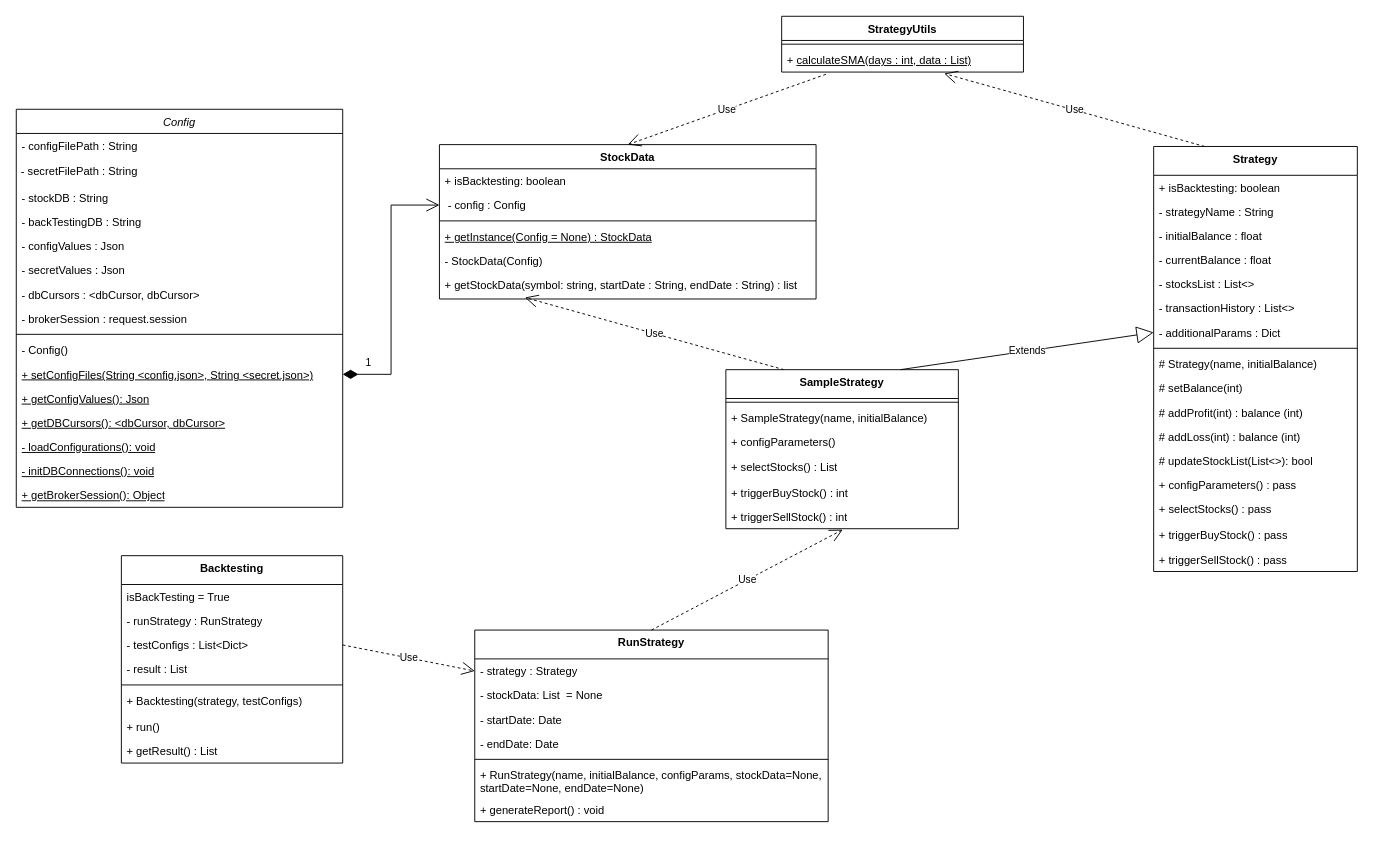
The draw.io diagram doc/UML/UML_Diagraim.drawio in aks060/AlgoTradingBackTesting, before the edit. Source tidied: cells renumbered, new cells numbered last; positions are measured from the earlier drawing's top-left corner, leaving out a move shared by most shapes. Both pictures are drawn from the tidied source at 93%, with x=0, y=0 at pixel (16, 16).
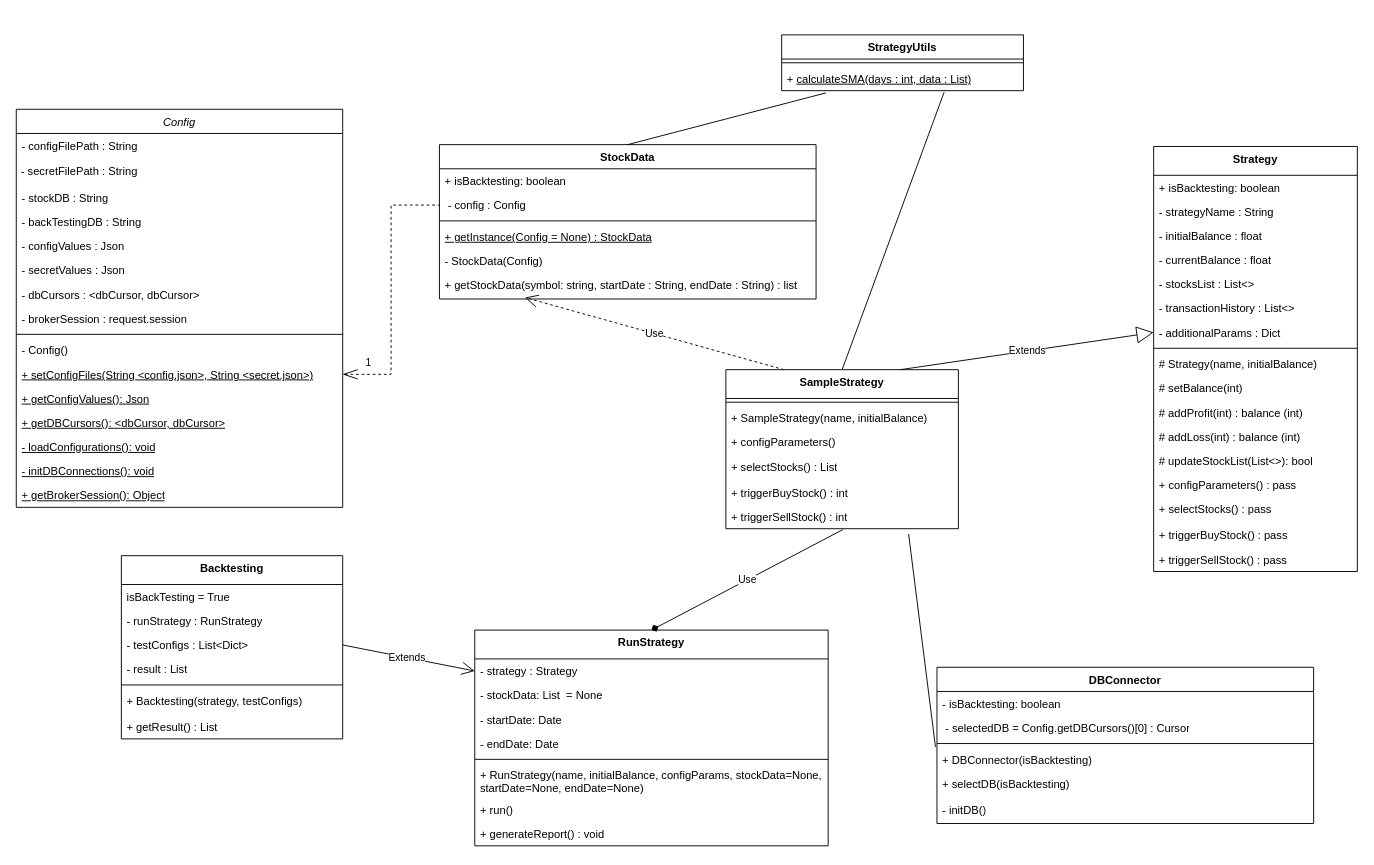
After the change.

The change refers to these unchanged cells:
```xml
<mxCell id="13" value="&lt;u&gt;+ setConfigFiles(String &amp;lt;config.json&amp;gt;, String &amp;lt;secret.json&amp;gt;)&lt;/u&gt;" style="text;strokeColor=none;fillColor=none;align=left;verticalAlign=top;spacingLeft=4;spacingRight=4;overflow=hidden;points=[[0,0.5],[1,0.5]];portConstraint=eastwest;whiteSpace=wrap;html=1;" parent="2" vertex="1">
  <mxGeometry y="272" width="351" height="26" as="geometry" />
</mxCell>
<mxCell id="20" value="StockData" style="swimlane;fontStyle=1;align=center;verticalAlign=top;horizontal=1;startSize=26;whiteSpace=wrap;html=1;" parent="1" vertex="1">
  <mxGeometry x="455" y="138" width="405" height="166" as="geometry" />
</mxCell>
<mxCell id="22" value="&amp;nbsp;- config : Config" style="text;strokeColor=none;fillColor=none;align=left;verticalAlign=top;spacingLeft=4;spacingRight=4;overflow=hidden;points=[[0,0.5],[1,0.5]];portConstraint=eastwest;whiteSpace=wrap;html=1;" parent="20" vertex="1">
  <mxGeometry y="52" width="405" height="26" as="geometry" />
</mxCell>
<mxCell id="29" value="+ &lt;u&gt;calculateSMA(days : int, data : List)&lt;/u&gt;" style="text;strokeColor=none;fillColor=none;align=left;verticalAlign=top;spacingLeft=4;spacingRight=4;overflow=hidden;points=[[0,0.5],[1,0.5]];portConstraint=eastwest;whiteSpace=wrap;html=1;" parent="27" vertex="1">
  <mxGeometry y="34" width="260" height="26" as="geometry" />
</mxCell>
<mxCell id="30" value="&lt;span style=&quot;background-color: initial;&quot;&gt;Strategy&lt;/span&gt;" style="swimlane;fontStyle=1;align=center;verticalAlign=top;horizontal=1;startSize=31;whiteSpace=wrap;html=1;" parent="1" vertex="1">
  <mxGeometry x="1223" y="140" width="219" height="457" as="geometry" />
</mxCell>
<mxCell id="51" value="- testConfigs : List&amp;lt;Dict&amp;gt;" style="text;strokeColor=none;fillColor=none;align=left;verticalAlign=top;spacingLeft=4;spacingRight=4;overflow=hidden;points=[[0,0.5],[1,0.5]];portConstraint=eastwest;whiteSpace=wrap;html=1;" parent="48" vertex="1">
  <mxGeometry y="83" width="238" height="26" as="geometry" />
</mxCell>
<mxCell id="60" value="&lt;span style=&quot;background-color: initial;&quot;&gt;SampleStrategy&lt;/span&gt;" style="swimlane;fontStyle=1;align=center;verticalAlign=top;horizontal=1;startSize=31;whiteSpace=wrap;html=1;" parent="1" vertex="1">
  <mxGeometry x="763" y="380" width="250" height="171" as="geometry" />
</mxCell>
<mxCell id="66" value="+ triggerSellStock() : int" style="text;strokeColor=none;fillColor=none;align=left;verticalAlign=top;spacingLeft=4;spacingRight=4;overflow=hidden;points=[[0,0.5],[1,0.5]];portConstraint=eastwest;whiteSpace=wrap;html=1;" parent="60" vertex="1">
  <mxGeometry y="145" width="250" height="26" as="geometry" />
</mxCell>
<mxCell id="70" value="- strategy : Strategy" style="text;strokeColor=none;fillColor=none;align=left;verticalAlign=top;spacingLeft=4;spacingRight=4;overflow=hidden;points=[[0,0.5],[1,0.5]];portConstraint=eastwest;whiteSpace=wrap;html=1;" parent="69" vertex="1">
  <mxGeometry y="31" width="380" height="26" as="geometry" />
</mxCell>
```

What changed in the source:
```diff
@@
-    <mxCell id="19" value="1" style="endArrow=open;html=1;endSize=12;startArrow=diamondThin;startSize=14;startFill=1;edgeStyle=orthogonalEdgeStyle;align=left;verticalAlign=bottom;rounded=0;entryX=0;entryY=0.5;entryDx=0;entryDy=0;exitX=1;exitY=0.5;exitDx=0;exitDy=0;" parent="1" edge="1" source="13" target="22">
+    <mxCell id="19" value="1" style="endArrow=none;html=1;endSize=12;startArrow=openThin;startSize=14;startFill=0;edgeStyle=orthogonalEdgeStyle;align=left;verticalAlign=bottom;rounded=0;entryX=0;entryY=0.5;entryDx=0;entryDy=0;exitX=1;exitY=0.5;exitDx=0;exitDy=0;dashed=1;endFill=0;" parent="1" edge="1" source="13" target="22">
       <mxGeometry x="-0.84" y="3" relative="1" as="geometry" />
     </mxCell>
@@
     <mxCell id="27" value="StrategyUtils" style="swimlane;fontStyle=1;align=center;verticalAlign=top;horizontal=1;startSize=26;whiteSpace=wrap;html=1;" parent="1" vertex="1">
-      <mxGeometry x="823" width="260" height="60" as="geometry" />
+      <mxGeometry x="823" y="20" width="260" height="60" as="geometry" />
     </mxCell>
@@
     <mxCell id="48" value="&lt;span style=&quot;background-color: initial;&quot;&gt;Backtesting&lt;/span&gt;" style="swimlane;fontStyle=1;align=center;verticalAlign=top;horizontal=1;startSize=31;whiteSpace=wrap;html=1;" parent="1" vertex="1">
-      <mxGeometry x="113" y="580" width="238" height="223" as="geometry" />
+      <mxGeometry x="113" y="580" width="238" height="197" as="geometry" />
     </mxCell>
@@
-    <mxCell id="55" value="+ run()" style="text;strokeColor=none;fillColor=none;align=left;verticalAlign=top;spacingLeft=4;spacingRight=4;overflow=hidden;whiteSpace=wrap;html=1;" parent="48" vertex="1">
-      <mxGeometry y="171" width="238" height="26" as="geometry" />
-    </mxCell>
     <mxCell id="56" value="+ getResult() : List" style="text;strokeColor=none;fillColor=none;align=left;verticalAlign=top;spacingLeft=4;spacingRight=4;overflow=hidden;whiteSpace=wrap;html=1;" parent="48" vertex="1">
-      <mxGeometry y="197" width="238" height="26" as="geometry" />
+      <mxGeometry y="171" width="238" height="26" as="geometry" />
     </mxCell>
@@
-    <mxCell id="58" value="Use" style="endArrow=open;endSize=12;dashed=1;html=1;rounded=0;exitX=0.25;exitY=0;exitDx=0;exitDy=0;entryX=0.672;entryY=1.062;entryDx=0;entryDy=0;entryPerimeter=0;" parent="1" edge="1" source="30" target="29">
+    <mxCell id="58" style="endArrow=none;endSize=12;html=1;rounded=0;exitX=0.5;exitY=0;exitDx=0;exitDy=0;entryX=0.672;entryY=1.062;entryDx=0;entryDy=0;entryPerimeter=0;endFill=0;" parent="1" edge="1" source="60" target="29">
       <mxGeometry relative="1" as="geometry" />
     </mxCell>
-    <mxCell id="59" value="Use" style="endArrow=open;endSize=12;dashed=1;html=1;rounded=0;entryX=0.5;entryY=0;entryDx=0;entryDy=0;exitX=0.183;exitY=1.092;exitDx=0;exitDy=0;exitPerimeter=0;" parent="1" edge="1" source="29" target="20">
-      <mxGeometry relative="1" as="geometry" />
+    <mxCell id="59" style="endArrow=none;endSize=12;html=1;rounded=0;entryX=0.5;entryY=0;entryDx=0;entryDy=0;exitX=0.183;exitY=1.092;exitDx=0;exitDy=0;exitPerimeter=0;startArrow=none;startFill=0;endFill=0;" parent="1" edge="1" source="29" target="20">
+      <mxGeometry x="-1" y="65" relative="1" as="geometry">
+        <mxPoint x="8" y="-4" as="offset" />
+      </mxGeometry>
     </mxCell>
@@
-    <mxCell id="68" value="Use" style="endArrow=open;endSize=12;dashed=1;html=1;rounded=0;exitX=1;exitY=0.5;exitDx=0;exitDy=0;entryX=0;entryY=0.5;entryDx=0;entryDy=0;" parent="1" edge="1" source="51" target="70">
-      <mxGeometry relative="1" as="geometry" />
+    <mxCell id="68" value="Extends" style="endArrow=open;endSize=12;html=1;rounded=0;exitX=1;exitY=0.5;exitDx=0;exitDy=0;entryX=0;entryY=0.5;entryDx=0;entryDy=0;" parent="1" edge="1" source="51" target="70">
+      <mxGeometry x="-0.03" relative="1" as="geometry" />
     </mxCell>
     <mxCell id="69" value="&lt;span style=&quot;background-color: initial;&quot;&gt;RunStrategy&lt;/span&gt;" style="swimlane;fontStyle=1;align=center;verticalAlign=top;horizontal=1;startSize=31;whiteSpace=wrap;html=1;" parent="1" vertex="1">
-      <mxGeometry x="493" y="660" width="380" height="206" as="geometry" />
+      <mxGeometry x="493" y="660" width="380" height="232" as="geometry" />
     </mxCell>
@@
+    <mxCell id="55" value="+ run()" style="text;strokeColor=none;fillColor=none;align=left;verticalAlign=top;spacingLeft=4;spacingRight=4;overflow=hidden;whiteSpace=wrap;html=1;" parent="69" vertex="1">
+      <mxGeometry y="180" width="380" height="26" as="geometry" />
+    </mxCell>
     <mxCell id="76" value="+ generateReport() : void" style="text;strokeColor=none;fillColor=none;align=left;verticalAlign=top;spacingLeft=4;spacingRight=4;overflow=hidden;whiteSpace=wrap;html=1;" parent="69" vertex="1">
-      <mxGeometry y="180" width="380" height="26" as="geometry" />
+      <mxGeometry y="206" width="380" height="26" as="geometry" />
     </mxCell>
-    <mxCell id="77" value="Use" style="endArrow=open;endSize=12;dashed=1;html=1;rounded=0;entryX=0.503;entryY=1.038;entryDx=0;entryDy=0;entryPerimeter=0;exitX=0.5;exitY=0;exitDx=0;exitDy=0;" parent="1" edge="1" source="69" target="66">
+    <mxCell id="77" value="Use" style="endArrow=none;endSize=12;html=1;rounded=0;entryX=0.503;entryY=1.038;entryDx=0;entryDy=0;entryPerimeter=0;exitX=0.5;exitY=0;exitDx=0;exitDy=0;startArrow=diamond;startFill=1;endFill=0;" parent="1" edge="1" source="69" target="66">
       <mxGeometry relative="1" as="geometry" />
     </mxCell>
+    <mxCell id="78" value="DBConnector" style="swimlane;fontStyle=1;align=center;verticalAlign=top;horizontal=1;startSize=26;whiteSpace=wrap;html=1;" parent="1" vertex="1">
+      <mxGeometry x="990" y="700" width="405" height="168" as="geometry" />
+    </mxCell>
+    <mxCell id="79" value="- isBacktesting: boolean" style="text;strokeColor=none;fillColor=none;align=left;verticalAlign=top;spacingLeft=4;spacingRight=4;overflow=hidden;whiteSpace=wrap;html=1;" parent="78" vertex="1">
+      <mxGeometry y="26" width="405" height="26" as="geometry" />
+    </mxCell>
+    <mxCell id="80" value="&amp;nbsp;- selectedDB = Config.getDBCursors()[0] : Cursor" style="text;strokeColor=none;fillColor=none;align=left;verticalAlign=top;spacingLeft=4;spacingRight=4;overflow=hidden;whiteSpace=wrap;html=1;" parent="78" vertex="1">
+      <mxGeometry y="52" width="405" height="26" as="geometry" />
+    </mxCell>
+    <mxCell id="81" style="line;strokeWidth=1;fillColor=none;align=left;verticalAlign=middle;spacingTop=-1;spacingLeft=3;spacingRight=3;labelPosition=right;strokeColor=inherit;" parent="78" vertex="1">
+      <mxGeometry y="78" width="405" height="8" as="geometry" />
+    </mxCell>
+    <mxCell id="82" value="+&amp;nbsp;&lt;span style=&quot;text-align: center;&quot;&gt;DBConnector(isBacktesting)&lt;/span&gt;" style="text;strokeColor=none;fillColor=none;align=left;verticalAlign=top;spacingLeft=4;spacingRight=4;overflow=hidden;points=[[0,0.5],[1,0.5]];portConstraint=eastwest;whiteSpace=wrap;html=1;" parent="78" vertex="1">
+      <mxGeometry y="86" width="405" height="26" as="geometry" />
+    </mxCell>
+    <mxCell id="83" value="+ selectDB(isBacktesting)" style="text;strokeColor=none;fillColor=none;align=left;verticalAlign=top;spacingLeft=4;spacingRight=4;overflow=hidden;whiteSpace=wrap;html=1;" parent="78" vertex="1">
+      <mxGeometry y="112" width="405" height="28" as="geometry" />
+    </mxCell>
+    <mxCell id="84" value="- initDB()" style="text;strokeColor=none;fillColor=none;align=left;verticalAlign=top;spacingLeft=4;spacingRight=4;overflow=hidden;whiteSpace=wrap;html=1;" parent="78" vertex="1">
+      <mxGeometry y="140" width="405" height="28" as="geometry" />
+    </mxCell>
+    <mxCell id="85" style="endArrow=none;html=1;rounded=0;exitX=0.786;exitY=1.223;exitDx=0;exitDy=0;entryX=-0.004;entryY=-0.015;entryDx=0;entryDy=0;entryPerimeter=0;exitPerimeter=0;" parent="1" edge="1" source="66" target="82">
+      <mxGeometry relative="1" as="geometry" />
+    </mxCell>
```
